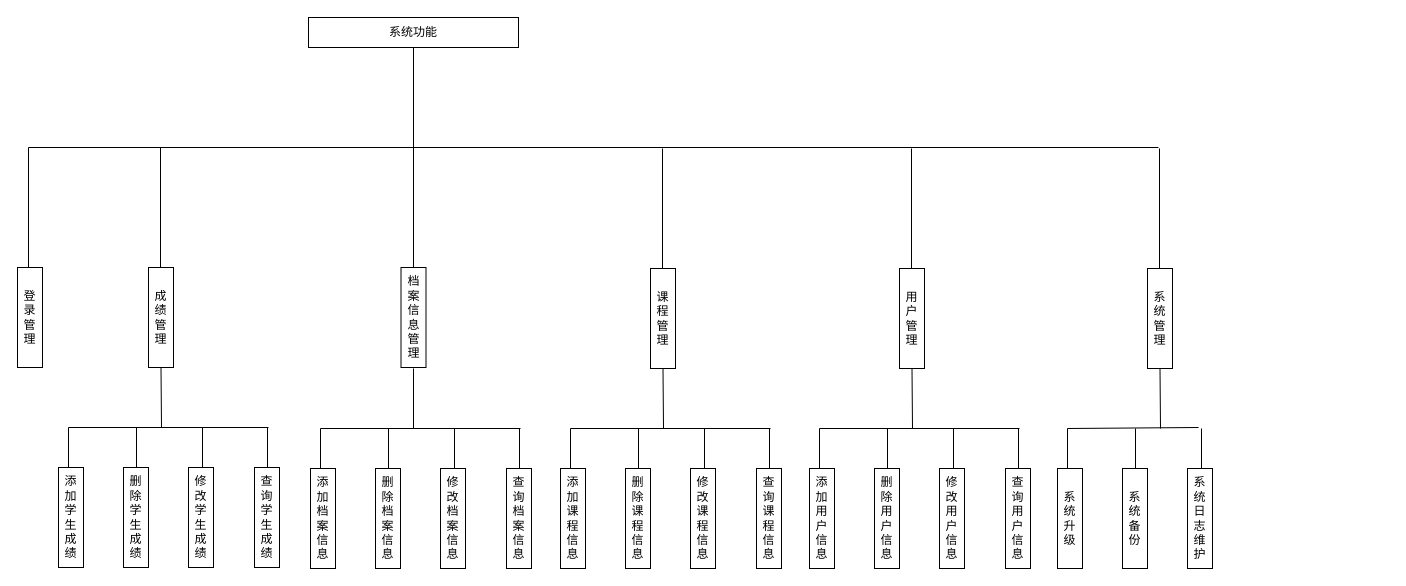
Before: 用户功能结构图.drawio in creazy412/none, a draw.io diagram. Source tidied: cells renumbered, new cells numbered last; positions are measured from the earlier drawing's top-left corner, leaving out a move shared by most shapes. Both pictures are drawn from the tidied source at 100%, with x=0, y=0 at pixel (17, 17).
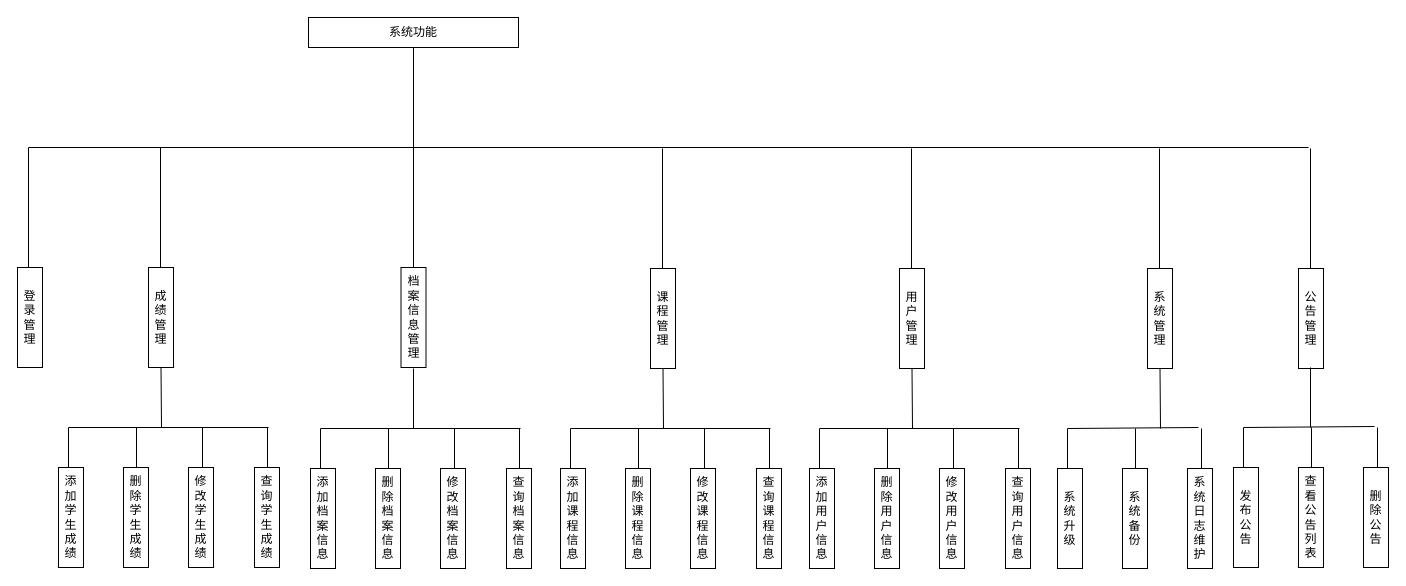
The same page after the edit.

Commit message:
更新用户功能结构图.drawio

Change to the diagram source:
```diff
@@
     <mxCell id="5" style="endArrow=none;html=1;rounded=0;" parent="1" edge="1">
       <mxGeometry relative="1" as="geometry">
         <mxPoint x="11" y="130" as="sourcePoint" />
-        <mxPoint x="1141" y="130" as="targetPoint" />
+        <mxPoint x="1291" y="130" as="targetPoint" />
       </mxGeometry>
     </mxCell>
@@
+    <mxCell id="64" value="公告管理" style="rounded=0;whiteSpace=wrap;html=1;" parent="1" vertex="1">
+      <mxGeometry x="1281" y="251" width="25" height="100" as="geometry" />
+    </mxCell>
+    <mxCell id="65" style="endArrow=none;html=1;rounded=0;" parent="1" edge="1">
+      <mxGeometry relative="1" as="geometry">
+        <mxPoint x="1293" y="251" as="sourcePoint" />
+        <mxPoint x="1293" y="131" as="targetPoint" />
+      </mxGeometry>
+    </mxCell>
+    <mxCell id="66" style="endArrow=none;html=1;rounded=0;" parent="1" edge="1">
+      <mxGeometry relative="1" as="geometry">
+        <mxPoint x="1226" y="410" as="sourcePoint" />
+        <mxPoint x="1357" y="409" as="targetPoint" />
+      </mxGeometry>
+    </mxCell>
+    <mxCell id="67" value="发布公告" style="rounded=0;whiteSpace=wrap;html=1;" parent="1" vertex="1">
+      <mxGeometry x="1216" y="450" width="25" height="100" as="geometry" />
+    </mxCell>
+    <mxCell id="68" value="查看公告列表" style="rounded=0;whiteSpace=wrap;html=1;" parent="1" vertex="1">
+      <mxGeometry x="1281" y="450" width="25" height="100" as="geometry" />
+    </mxCell>
+    <mxCell id="69" value="删除公告" style="rounded=0;whiteSpace=wrap;html=1;" parent="1" vertex="1">
+      <mxGeometry x="1346" y="450" width="25" height="100" as="geometry" />
+    </mxCell>
+    <mxCell id="70" style="endArrow=none;html=1;rounded=0;" parent="1" edge="1">
+      <mxGeometry relative="1" as="geometry">
+        <mxPoint x="1360" y="410" as="sourcePoint" />
+        <mxPoint x="1360" y="450" as="targetPoint" />
+      </mxGeometry>
+    </mxCell>
+    <mxCell id="71" style="endArrow=none;html=1;rounded=0;" parent="1" edge="1">
+      <mxGeometry relative="1" as="geometry">
+        <mxPoint x="1294" y="410" as="sourcePoint" />
+        <mxPoint x="1294" y="450" as="targetPoint" />
+      </mxGeometry>
+    </mxCell>
+    <mxCell id="72" style="endArrow=none;html=1;rounded=0;" parent="1" edge="1">
+      <mxGeometry relative="1" as="geometry">
+        <mxPoint x="1226" y="410" as="sourcePoint" />
+        <mxPoint x="1226" y="450" as="targetPoint" />
+      </mxGeometry>
+    </mxCell>
+    <mxCell id="73" style="endArrow=none;html=1;rounded=0;entryX=0.5;entryY=1;entryDx=0;entryDy=0;" parent="1" edge="1">
+      <mxGeometry relative="1" as="geometry">
+        <mxPoint x="1293" y="410" as="sourcePoint" />
+        <mxPoint x="1293" y="350" as="targetPoint" />
+      </mxGeometry>
+    </mxCell>
```
